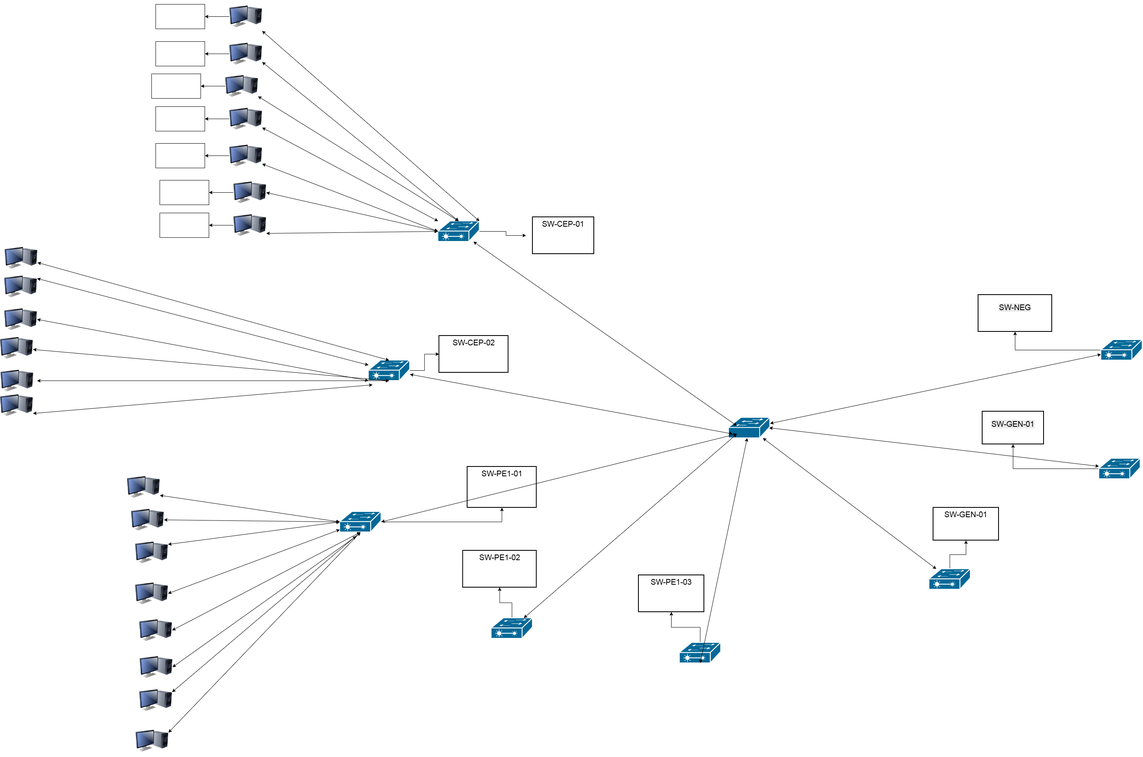
Above: H.drawio.png in hrezapour21-blip/hasanafa (draw.io), before the change. Source tidied: cells renumbered, new cells last; positions are measured from the earlier drawing's top-left corner, leaving out a move shared by most shapes.
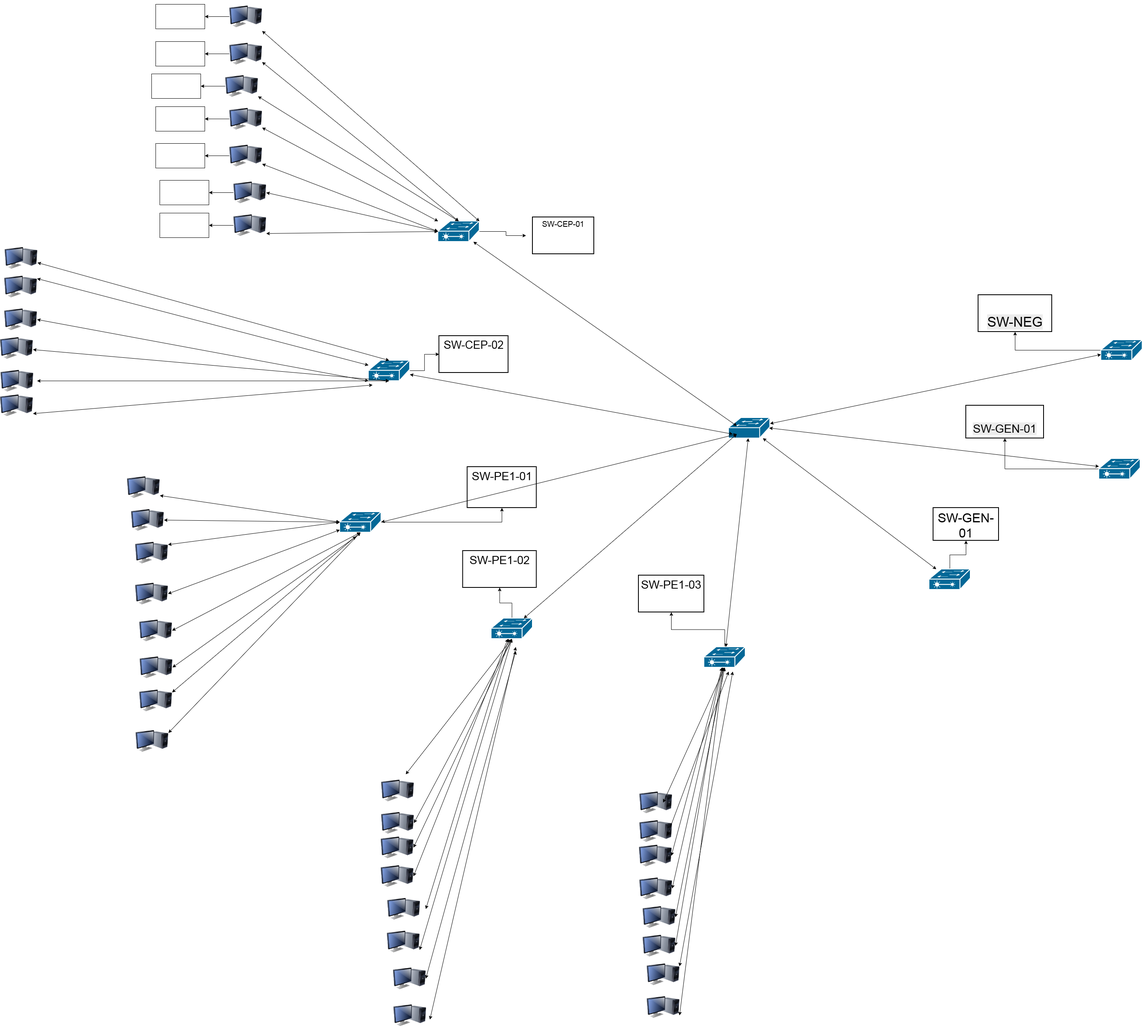
After the change.

Change to the diagram source:
```diff
@@ -27,7 +27,7 @@
       <mxGeometry relative="1" as="geometry" />
     </mxCell>
     <mxCell id="10" style="strokeColor=#ffffff;sketch=0;html=1;dashed=0;fillColor=#036897;strokeWidth=2;verticalLabelPosition=bottom;verticalAlign=top;align=center;outlineConnect=0;shape=mxgraph.cisco.switches.layer_2_remote_switch;labelPerimeter=1;" parent="1" vertex="1">
-      <mxGeometry x="1660" y="1570" width="101" height="50" as="geometry" />
+      <mxGeometry x="1720" y="1580" width="101" height="50" as="geometry" />
     </mxCell>
     <mxCell id="11" style="edgeStyle=orthogonalEdgeStyle;rounded=0;jettySize=auto;html=1;defaultLabelBackgroundColor=gap;" parent="1" edge="1" source="12" target="24">
       <mxGeometry relative="1" as="geometry" />
@@ -53,28 +53,28 @@
     <mxCell id="18" style="strokeColor=#ffffff;sketch=0;html=1;dashed=0;fillColor=#036897;strokeWidth=2;verticalLabelPosition=bottom;verticalAlign=top;align=center;outlineConnect=0;shape=mxgraph.cisco.switches.layer_2_remote_switch;labelPerimeter=1;" parent="1" vertex="1">
       <mxGeometry x="1070" y="540" width="101" height="50" as="geometry" />
     </mxCell>
-    <mxCell id="19" value="&lt;span style=&quot;font-size: 19px;&quot;&gt;SW-PE1-01&lt;/span&gt;" style="whiteSpace=wrap;html=1;verticalAlign=top;sketch=0;dashed=0;strokeWidth=2;" parent="1" vertex="1">
+    <mxCell id="19" value="&lt;font style=&quot;font-size: 28px;&quot;&gt;SW-PE1-01&lt;/font&gt;" style="whiteSpace=wrap;html=1;verticalAlign=top;sketch=0;dashed=0;strokeWidth=2;" parent="1" vertex="1">
       <mxGeometry x="1141.5" y="1140" width="169" height="100" as="geometry" />
     </mxCell>
     <mxCell id="20" value="&lt;font style=&quot;font-size: 19px;&quot;&gt;SW-CEP-01&lt;/font&gt;" style="whiteSpace=wrap;html=1;verticalAlign=top;sketch=0;dashed=0;strokeWidth=2;perimeterSpacing=16;" parent="1" vertex="1">
       <mxGeometry x="1301" y="530" width="150" height="90" as="geometry" />
     </mxCell>
-    <mxCell id="21" value="&lt;span style=&quot;font-size: 19px;&quot;&gt;SW-CEP-02&lt;/span&gt;" style="whiteSpace=wrap;html=1;verticalAlign=top;sketch=0;dashed=0;strokeWidth=2;" parent="1" vertex="1">
+    <mxCell id="21" value="&lt;font style=&quot;font-size: 27px;&quot;&gt;SW-CEP-02&lt;/font&gt;" style="whiteSpace=wrap;html=1;verticalAlign=top;sketch=0;dashed=0;strokeWidth=2;" parent="1" vertex="1">
       <mxGeometry x="1072.5" y="820" width="169" height="90" as="geometry" />
     </mxCell>
-    <mxCell id="22" value="&lt;span style=&quot;font-size: 19px;&quot;&gt;SW-PE1-02&lt;/span&gt;" style="whiteSpace=wrap;html=1;verticalAlign=top;sketch=0;dashed=0;strokeWidth=2;" parent="1" vertex="1">
+    <mxCell id="22" value="&lt;font style=&quot;font-size: 28px;&quot;&gt;SW-PE1-02&lt;/font&gt;" style="whiteSpace=wrap;html=1;verticalAlign=top;sketch=0;dashed=0;strokeWidth=2;" parent="1" vertex="1">
       <mxGeometry x="1130.5" y="1345" width="180" height="90" as="geometry" />
     </mxCell>
-    <mxCell id="23" value="&lt;span style=&quot;font-size: 19px;&quot;&gt;SW-PE1-03&lt;/span&gt;" style="whiteSpace=wrap;html=1;verticalAlign=top;sketch=0;dashed=0;strokeWidth=2;" parent="1" vertex="1">
+    <mxCell id="23" value="&lt;font style=&quot;font-size: 28px;&quot;&gt;SW-PE1-03&lt;/font&gt;" style="whiteSpace=wrap;html=1;verticalAlign=top;sketch=0;dashed=0;strokeWidth=2;" parent="1" vertex="1">
       <mxGeometry x="1560" y="1405" width="160" height="90" as="geometry" />
     </mxCell>
-    <mxCell id="24" value="&lt;span style=&quot;font-size: 19px;&quot;&gt;SW-GEN-01&lt;/span&gt;" style="whiteSpace=wrap;html=1;verticalAlign=top;sketch=0;dashed=0;strokeWidth=2;" parent="1" vertex="1">
+    <mxCell id="24" value="&lt;font style=&quot;font-size: 31px;&quot;&gt;SW-GEN-01&lt;/font&gt;" style="whiteSpace=wrap;html=1;verticalAlign=top;sketch=0;dashed=0;strokeWidth=2;" parent="1" vertex="1">
       <mxGeometry x="2280" y="1240" width="160" height="80" as="geometry" />
     </mxCell>
-    <mxCell id="25" value="&#10;&lt;span style=&quot;color: rgb(0, 0, 0); font-family: Helvetica; font-size: 19px; font-style: normal; font-variant-ligatures: normal; font-variant-caps: normal; font-weight: 400; letter-spacing: normal; orphans: 2; text-align: center; text-indent: 0px; text-transform: none; widows: 2; word-spacing: 0px; -webkit-text-stroke-width: 0px; white-space: normal; background-color: rgb(236, 236, 236); text-decoration-thickness: initial; text-decoration-style: initial; text-decoration-color: initial; display: inline !important; float: none;&quot;&gt;SW-GEN-01&lt;/span&gt;&#10;&#10;" style="whiteSpace=wrap;html=1;verticalAlign=top;sketch=0;dashed=0;strokeWidth=2;" parent="1" vertex="1">
-      <mxGeometry x="2400" y="1005" width="150" height="80" as="geometry" />
+    <mxCell id="25" value="&lt;font style=&quot;font-size: 28px;&quot;&gt;&lt;br&gt;&lt;span style=&quot;color: rgb(0, 0, 0); font-family: Helvetica; font-style: normal; font-variant-ligatures: normal; font-variant-caps: normal; font-weight: 400; letter-spacing: normal; orphans: 2; text-align: center; text-indent: 0px; text-transform: none; widows: 2; word-spacing: 0px; -webkit-text-stroke-width: 0px; white-space: normal; background-color: rgb(236, 236, 236); text-decoration-thickness: initial; text-decoration-style: initial; text-decoration-color: initial; float: none; display: inline !important;&quot;&gt;SW-GEN-01&lt;/span&gt;&lt;br&gt;&lt;/font&gt;" style="whiteSpace=wrap;html=1;verticalAlign=top;sketch=0;dashed=0;strokeWidth=2;" parent="1" vertex="1">
+      <mxGeometry x="2360" y="990" width="190" height="80" as="geometry" />
     </mxCell>
-    <mxCell id="26" value="&lt;br&gt;&lt;span style=&quot;color: rgb(0, 0, 0); font-size: 19px; background-color: rgb(236, 236, 236); float: none; display: inline !important;&quot;&gt;SW-NEG&lt;/span&gt;" style="whiteSpace=wrap;html=1;verticalAlign=top;sketch=0;dashed=0;strokeWidth=2;" parent="1" vertex="1">
+    <mxCell id="26" value="&lt;font style=&quot;font-size: 33px;&quot;&gt;&lt;br&gt;&lt;span style=&quot;color: rgb(0, 0, 0); background-color: rgb(236, 236, 236); float: none; display: inline !important;&quot;&gt;SW-NEG&lt;/span&gt;&lt;/font&gt;" style="whiteSpace=wrap;html=1;verticalAlign=top;sketch=0;dashed=0;strokeWidth=2;" parent="1" vertex="1">
       <mxGeometry x="2390" y="720" width="180" height="90" as="geometry" />
     </mxCell>
     <mxCell id="27" style="edgeStyle=orthogonalEdgeStyle;rounded=0;jettySize=auto;html=1;defaultLabelBackgroundColor=gap;" parent="1" edge="1" source="28" target="52">
@@ -182,7 +182,7 @@
         <mxPoint x="1800" y="1060" as="targetPoint" />
       </mxGeometry>
     </mxCell>
-    <mxCell id="60" style="endArrow=classic;startArrow=classic;html=1;rounded=0;defaultLabelBackgroundColor=gap;exitX=0.5;exitY=1;exitDx=0;exitDy=0;exitPerimeter=0;" parent="55" edge="1" source="10" target="2">
+    <mxCell id="60" style="endArrow=classic;startArrow=classic;html=1;rounded=0;defaultLabelBackgroundColor=gap;" parent="55" edge="1" source="10" target="2">
       <mxGeometry relative="1" as="geometry" />
     </mxCell>
     <mxCell id="61" style="endArrow=classic;startArrow=classic;html=1;rounded=0;defaultLabelBackgroundColor=gap;" parent="55" edge="1" source="12" target="2">
@@ -285,5 +285,117 @@
     <mxCell id="92" style="endArrow=classic;startArrow=classic;html=1;rounded=0;defaultLabelBackgroundColor=gap;entryX=0.5;entryY=1;entryDx=0;entryDy=0;entryPerimeter=0;exitX=1;exitY=0.25;exitDx=0;exitDy=0;" parent="64" edge="1" source="84" target="6">
       <mxGeometry relative="1" as="geometry" />
     </mxCell>
+    <mxCell id="93" style="html=1;image=img/lib/clip_art/computers/Monitor_Tower_128x128.png;labelPerimeter=1;shape=image;labelBackgroundColor=default;verticalAlign=top;verticalLabelPosition=bottom;" parent="64" vertex="1">
+      <mxGeometry x="930" y="2030" width="80" height="80" as="geometry" />
+    </mxCell>
+    <mxCell id="94" style="html=1;image=img/lib/clip_art/computers/Monitor_Tower_128x128.png;labelPerimeter=1;shape=image;labelBackgroundColor=default;verticalAlign=top;verticalLabelPosition=bottom;" parent="64" vertex="1">
+      <mxGeometry x="930" y="2100" width="80" height="80" as="geometry" />
+    </mxCell>
+    <mxCell id="95" style="image;html=1;image=img/lib/clip_art/computers/Monitor_Tower_128x128.png;labelPerimeter=1;" parent="64" vertex="1">
+      <mxGeometry x="931" y="1970" width="80" height="80" as="geometry" />
+    </mxCell>
+    <mxCell id="96" style="image;html=1;image=img/lib/clip_art/computers/Monitor_Tower_128x128.png;labelPerimeter=1;" parent="64" vertex="1">
+      <mxGeometry x="931" y="1891" width="80" height="80" as="geometry" />
+    </mxCell>
+    <mxCell id="97" style="image;html=1;image=img/lib/clip_art/computers/Monitor_Tower_128x128.png;labelPerimeter=1;" parent="64" vertex="1">
+      <mxGeometry x="946" y="2180" width="80" height="80" as="geometry" />
+    </mxCell>
+    <mxCell id="98" style="image;html=1;image=img/lib/clip_art/computers/Monitor_Tower_128x128.png;labelPerimeter=1;" parent="64" vertex="1">
+      <mxGeometry x="945" y="2260" width="80" height="80" as="geometry" />
+    </mxCell>
+    <mxCell id="99" style="image;html=1;image=img/lib/clip_art/computers/Monitor_Tower_128x128.png;labelPerimeter=1;" parent="64" vertex="1">
+      <mxGeometry x="960" y="2350" width="80" height="80" as="geometry" />
+    </mxCell>
+    <mxCell id="100" style="image;html=1;image=img/lib/clip_art/computers/Monitor_Tower_128x128.png;labelPerimeter=1;" parent="64" vertex="1">
+      <mxGeometry x="961" y="2440" width="80" height="80" as="geometry" />
+    </mxCell>
+    <mxCell id="101" style="endArrow=classic;startArrow=classic;html=1;rounded=0;defaultLabelBackgroundColor=gap;entryX=0.5;entryY=1;entryDx=0;entryDy=0;entryPerimeter=0;exitX=0.75;exitY=0;exitDx=0;exitDy=0;" parent="64" edge="1" source="96" target="8">
+      <mxGeometry relative="1" as="geometry" />
+    </mxCell>
+    <mxCell id="102" style="endArrow=classic;startArrow=classic;html=1;rounded=0;defaultLabelBackgroundColor=gap;entryX=0.5;entryY=1;entryDx=0;entryDy=0;entryPerimeter=0;exitX=1;exitY=0.5;exitDx=0;exitDy=0;" parent="64" edge="1" source="95" target="8">
+      <mxGeometry relative="1" as="geometry" />
+    </mxCell>
+    <mxCell id="103" style="endArrow=classic;startArrow=classic;html=1;rounded=0;defaultLabelBackgroundColor=gap;entryX=0.5;entryY=1;entryDx=0;entryDy=0;entryPerimeter=0;exitX=1;exitY=0.5;exitDx=0;exitDy=0;" parent="64" edge="1" source="93" target="8">
+      <mxGeometry relative="1" as="geometry" />
+    </mxCell>
+    <mxCell id="104" style="endArrow=classic;startArrow=classic;html=1;rounded=0;defaultLabelBackgroundColor=gap;exitX=1;exitY=0.5;exitDx=0;exitDy=0;" parent="64" edge="1" source="94" target="8">
+      <mxGeometry relative="1" as="geometry" />
+    </mxCell>
+    <mxCell id="105" style="endArrow=classic;startArrow=classic;html=1;rounded=0;defaultLabelBackgroundColor=gap;" parent="64" edge="1" target="8">
+      <mxGeometry relative="1" as="geometry">
+        <mxPoint x="1040" y="2220" as="sourcePoint" />
+      </mxGeometry>
+    </mxCell>
+    <mxCell id="106" style="endArrow=classic;startArrow=classic;html=1;rounded=0;defaultLabelBackgroundColor=gap;entryX=0.5;entryY=1;entryDx=0;entryDy=0;entryPerimeter=0;exitX=1;exitY=0.75;exitDx=0;exitDy=0;" parent="64" edge="1" source="98" target="8">
+      <mxGeometry relative="1" as="geometry" />
+    </mxCell>
+    <mxCell id="107" style="endArrow=classic;startArrow=classic;html=1;rounded=0;defaultLabelBackgroundColor=gap;exitX=1;exitY=0.5;exitDx=0;exitDy=0;" parent="64" edge="1" source="99">
+      <mxGeometry relative="1" as="geometry">
+        <mxPoint x="1260" y="1590" as="targetPoint" />
+      </mxGeometry>
+    </mxCell>
+    <mxCell id="108" style="endArrow=classic;startArrow=classic;html=1;rounded=0;defaultLabelBackgroundColor=gap;" parent="64" edge="1">
+      <mxGeometry relative="1" as="geometry">
+        <mxPoint x="1050" y="2490" as="sourcePoint" />
+        <mxPoint x="1260" y="1580" as="targetPoint" />
+      </mxGeometry>
+    </mxCell>
+    <mxCell id="109" style="image;html=1;image=img/lib/clip_art/computers/Monitor_Tower_128x128.png;labelPerimeter=1;" parent="64" vertex="1">
+      <mxGeometry x="1562" y="1920" width="80" height="80" as="geometry" />
+    </mxCell>
+    <mxCell id="110" style="image;html=1;image=img/lib/clip_art/computers/Monitor_Tower_128x128.png;labelPerimeter=1;" parent="64" vertex="1">
+      <mxGeometry x="1562" y="1990" width="80" height="80" as="geometry" />
+    </mxCell>
+    <mxCell id="111" style="image;html=1;image=img/lib/clip_art/computers/Monitor_Tower_128x128.png;labelPerimeter=1;" parent="64" vertex="1">
+      <mxGeometry x="1561" y="2050" width="80" height="80" as="geometry" />
+    </mxCell>
+    <mxCell id="112" style="image;html=1;image=img/lib/clip_art/computers/Monitor_Tower_128x128.png;labelPerimeter=1;" parent="64" vertex="1">
+      <mxGeometry x="1562" y="2130" width="80" height="80" as="geometry" />
+    </mxCell>
+    <mxCell id="113" style="image;html=1;image=img/lib/clip_art/computers/Monitor_Tower_128x128.png;labelPerimeter=1;" parent="64" vertex="1">
+      <mxGeometry x="1570" y="2200" width="80" height="80" as="geometry" />
+    </mxCell>
+    <mxCell id="114" style="image;html=1;image=img/lib/clip_art/computers/Monitor_Tower_128x128.png;labelPerimeter=1;" parent="64" vertex="1">
+      <mxGeometry x="1570" y="2270" width="80" height="80" as="geometry" />
+    </mxCell>
+    <mxCell id="115" style="image;html=1;image=img/lib/clip_art/computers/Monitor_Tower_128x128.png;labelPerimeter=1;" parent="64" vertex="1">
+      <mxGeometry x="1580" y="2340" width="80" height="80" as="geometry" />
+    </mxCell>
+    <mxCell id="116" style="image;html=1;image=img/lib/clip_art/computers/Monitor_Tower_128x128.png;labelPerimeter=1;" parent="64" vertex="1">
+      <mxGeometry x="1580" y="2420" width="80" height="80" as="geometry" />
+    </mxCell>
+    <mxCell id="117" style="endArrow=classic;startArrow=classic;html=1;rounded=0;defaultLabelBackgroundColor=gap;entryX=0.5;entryY=1;entryDx=0;entryDy=0;entryPerimeter=0;" parent="64" edge="1" target="10">
+      <mxGeometry relative="1" as="geometry">
+        <mxPoint x="1620" y="1960" as="sourcePoint" />
+      </mxGeometry>
+    </mxCell>
+    <mxCell id="118" style="endArrow=classic;startArrow=classic;html=1;rounded=0;defaultLabelBackgroundColor=gap;" parent="64" edge="1">
+      <mxGeometry relative="1" as="geometry">
+        <mxPoint x="1630" y="2040" as="sourcePoint" />
+        <mxPoint x="1780" y="1640" as="targetPoint" />
+      </mxGeometry>
+    </mxCell>
+    <mxCell id="119" style="endArrow=classic;startArrow=classic;html=1;rounded=0;defaultLabelBackgroundColor=gap;" parent="64" edge="1" target="10">
+      <mxGeometry relative="1" as="geometry">
+        <mxPoint x="1640" y="2090" as="sourcePoint" />
+      </mxGeometry>
+    </mxCell>
+    <mxCell id="120" style="endArrow=classic;startArrow=classic;html=1;rounded=0;defaultLabelBackgroundColor=gap;exitX=1;exitY=0.5;exitDx=0;exitDy=0;" parent="64" edge="1" source="112" target="10">
+      <mxGeometry relative="1" as="geometry" />
+    </mxCell>
+    <mxCell id="121" style="endArrow=classic;startArrow=classic;html=1;rounded=0;defaultLabelBackgroundColor=gap;entryX=0.5;entryY=1;entryDx=0;entryDy=0;entryPerimeter=0;exitX=1;exitY=0.5;exitDx=0;exitDy=0;" parent="64" edge="1" source="113" target="10">
+      <mxGeometry relative="1" as="geometry" />
+    </mxCell>
+    <mxCell id="122" style="endArrow=classic;startArrow=classic;html=1;rounded=0;defaultLabelBackgroundColor=gap;exitX=1;exitY=0.5;exitDx=0;exitDy=0;" parent="64" edge="1" source="114" target="10">
+      <mxGeometry relative="1" as="geometry" />
+    </mxCell>
+    <mxCell id="123" style="endArrow=classic;startArrow=classic;html=1;rounded=0;defaultLabelBackgroundColor=gap;exitX=1;exitY=0.25;exitDx=0;exitDy=0;" parent="64" edge="1" source="115">
+      <mxGeometry relative="1" as="geometry">
+        <mxPoint x="1790" y="1640" as="targetPoint" />
+      </mxGeometry>
+    </mxCell>
+    <mxCell id="124" style="endArrow=classic;startArrow=classic;html=1;rounded=0;defaultLabelBackgroundColor=gap;exitX=1;exitY=0.75;exitDx=0;exitDy=0;" parent="64" edge="1" source="116" target="10">
+      <mxGeometry relative="1" as="geometry" />
+    </mxCell>
   </root>
 </mxGraphModel>
```
